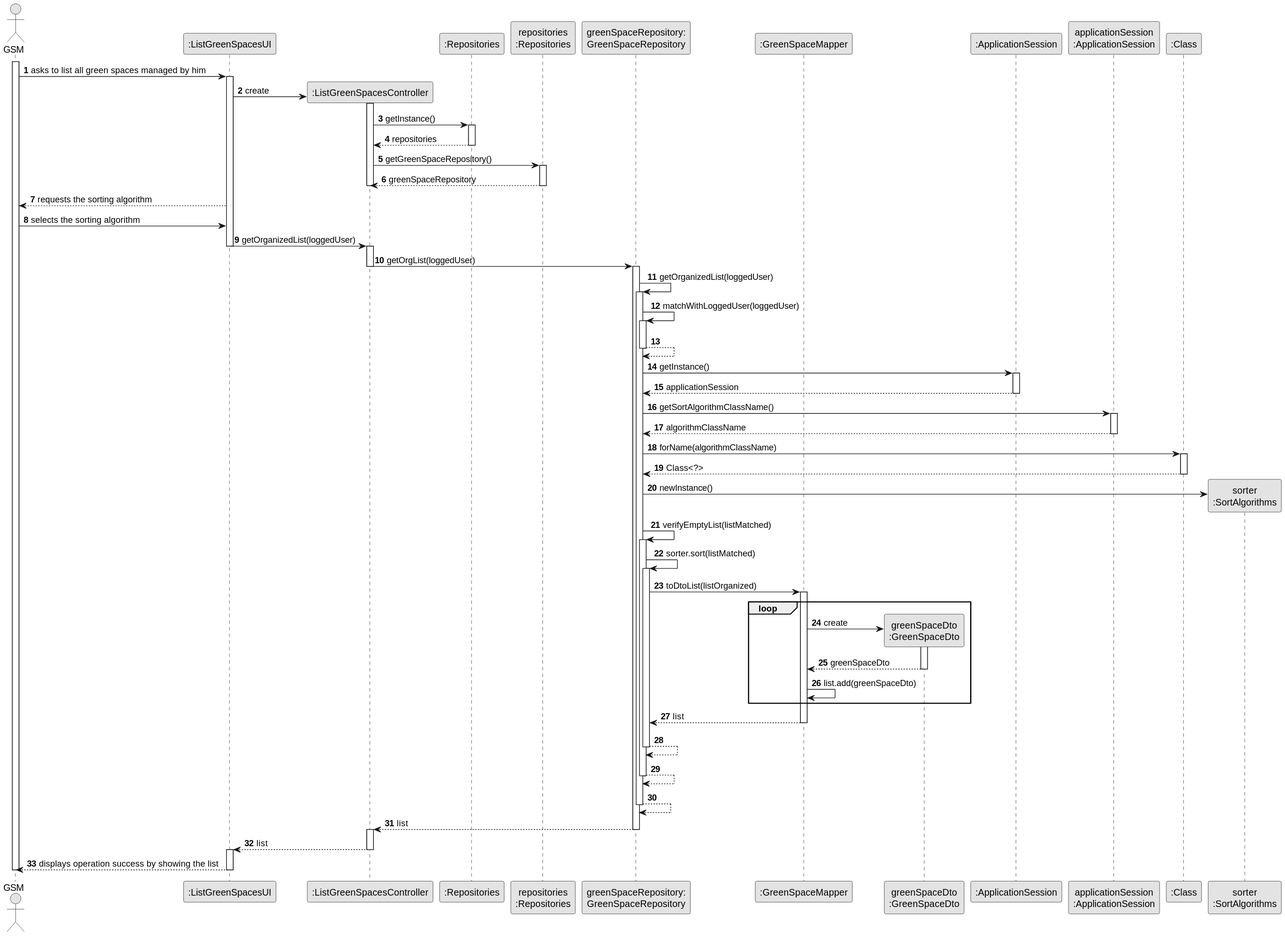
This is docs/sprintC/us027/03.design/svg/us027-sequence-diagram-full.svg from ricardomm7/leaflink, a PlantUML export, as it was before one commit.
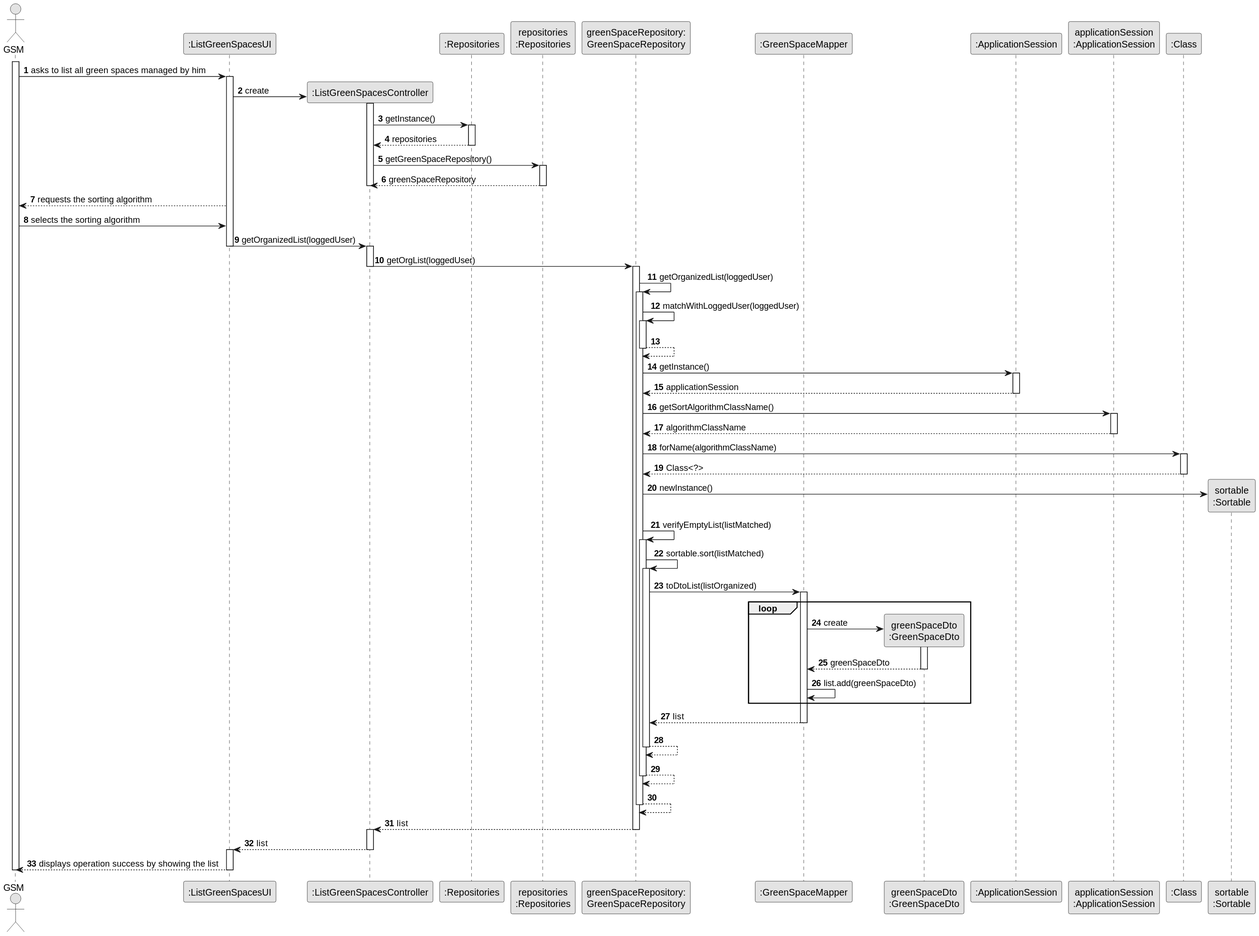
After the change.

The edit, as a diff of the source:
```diff
@@ -17,7 +17,7 @@
 participant ":ApplicationSession" as ApplicationSession
 participant "applicationSession\n:ApplicationSession" as applicationSession
 participant ":Class" as Class
-participant "sorter\n:SortAlgorithms" as SortAlgorithms
+participant "sortable\n:Sortable" as SortAlgorithms
 
 activate GSM
 GSM -> UI : asks to list all green spaces managed by him
@@ -72,7 +72,7 @@
 GreenSpaceRepo -> GreenSpaceRepo : verifyEmptyList(listMatched)
 activate GreenSpaceRepo
 
-GreenSpaceRepo -> GreenSpaceRepo : sorter.sort(listMatched)
+GreenSpaceRepo -> GreenSpaceRepo : sortable.sort(listMatched)
 activate GreenSpaceRepo
 GreenSpaceRepo -> mapper : toDtoList(listOrganized)
 activate mapper
```
